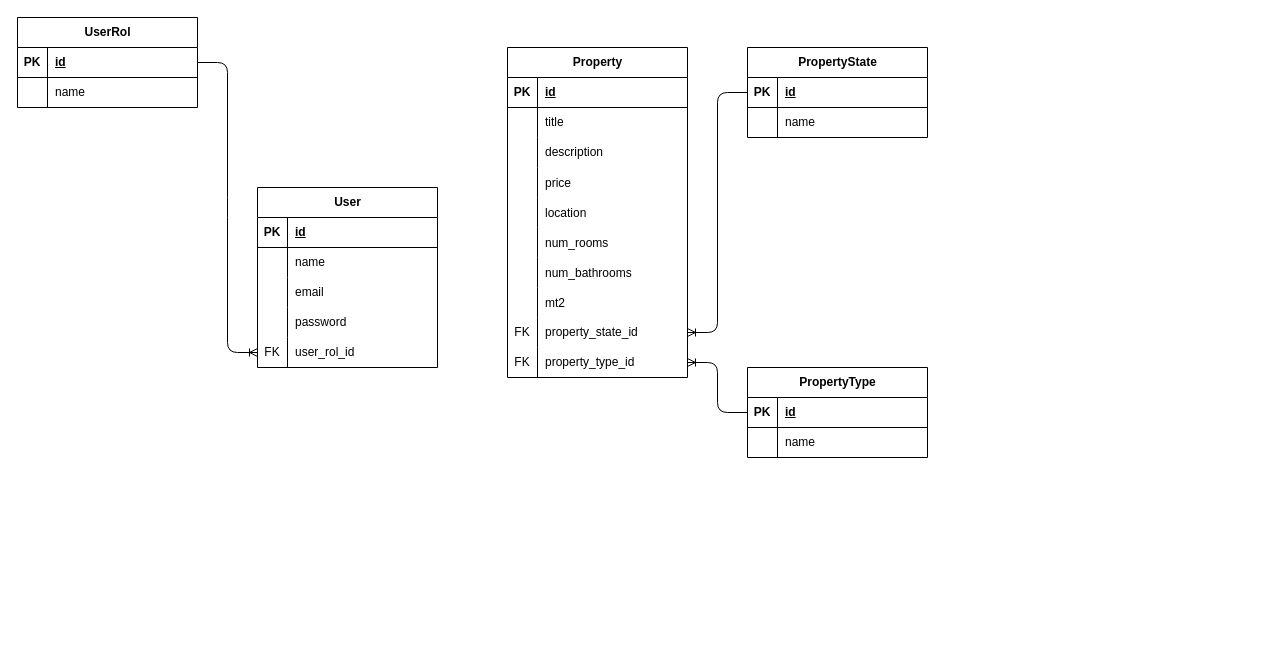
Above: docs/db_model.drawio in cesarom18/real-estate (draw.io), before the change. Source tidied: cells renumbered, new cells numbered last; positions are measured from the earlier drawing's top-left corner, leaving out a move shared by most shapes. Both pictures are drawn from the tidied source at 100%, with x=0, y=0 at pixel (17, 17).
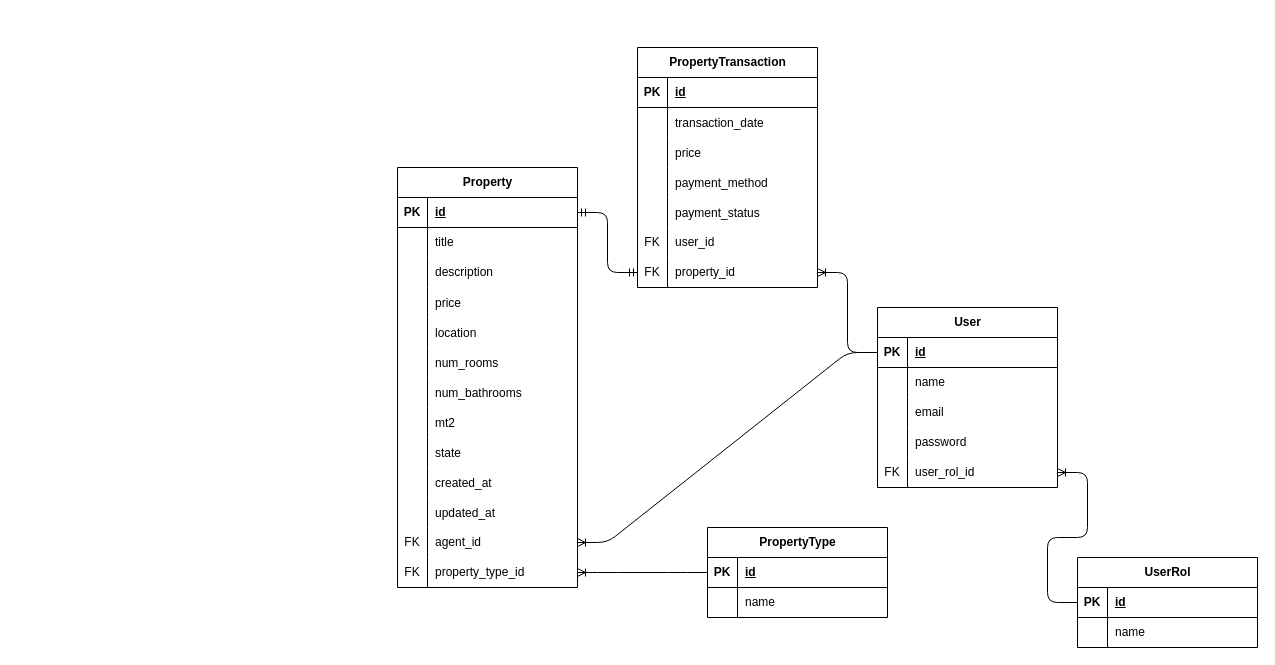
After the change.

Commit message:
Actualizacion modelo db

Unchanged cells that the change refers to:
```xml
<mxCell id="3" style="shape=tableRow;horizontal=0;startSize=0;swimlaneHead=0;swimlaneBody=0;fillColor=none;points=[[0,0.5],[1,0.5]];portConstraint=eastwest;top=0;left=0;right=0;bottom=1;" parent="2" vertex="1">
  <mxGeometry y="30" width="180" height="30" as="geometry" />
</mxCell>
<mxCell id="27" style="shape=tableRow;horizontal=0;startSize=0;swimlaneHead=0;swimlaneBody=0;fillColor=none;points=[[0,0.5],[1,0.5]];portConstraint=eastwest;top=0;left=0;right=0;bottom=0;" parent="2" vertex="1">
  <mxGeometry y="270" width="180" height="30" as="geometry" />
</mxCell>
<mxCell id="34" style="shape=tableRow;horizontal=0;startSize=0;swimlaneHead=0;swimlaneBody=0;fillColor=none;points=[[0,0.5],[1,0.5]];portConstraint=eastwest;top=0;left=0;right=0;bottom=1;" parent="33" vertex="1">
  <mxGeometry y="30" width="180" height="30" as="geometry" />
</mxCell>
<mxCell id="46" style="shape=tableRow;horizontal=0;startSize=0;swimlaneHead=0;swimlaneBody=0;fillColor=none;points=[[0,0.5],[1,0.5]];portConstraint=eastwest;top=0;left=0;right=0;bottom=0;" parent="33" vertex="1">
  <mxGeometry y="150" width="180" height="30" as="geometry" />
</mxCell>
<mxCell id="66" style="shape=tableRow;horizontal=0;startSize=0;swimlaneHead=0;swimlaneBody=0;fillColor=none;points=[[0,0.5],[1,0.5]];portConstraint=eastwest;top=0;left=0;right=0;bottom=1;" parent="65" vertex="1">
  <mxGeometry y="30" width="180" height="30" as="geometry" />
</mxCell>
```

Diff of the diagram source:
```diff
@@
     <mxCell id="2" value="Property" style="shape=table;startSize=30;childLayout=tableLayout;rowLines=0;fontStyle=1;align=center;html=1;" parent="1" vertex="1">
-      <mxGeometry x="490" y="30" width="180" height="330" as="geometry" />
+      <mxGeometry x="380" y="150" width="180" height="420" as="geometry" />
     </mxCell>
@@
-    <mxCell id="28" value="FK" style="shape=partialRectangle;fillColor=none;top=0;left=0;bottom=0;right=0;fontStyle=0;overflow=hidden;whiteSpace=wrap;html=1;" parent="27" vertex="1">
-      <mxGeometry width="30" height="30" as="geometry" />
-    </mxCell>
-    <mxCell id="29" value="property_state_id" style="shape=partialRectangle;fillColor=none;top=0;left=0;bottom=0;right=0;align=left;spacingLeft=6;fontStyle=0;overflow=hidden;whiteSpace=wrap;html=1;" parent="27" vertex="1">
-      <mxGeometry x="30" width="150" height="30" as="geometry" />
-    </mxCell>
+    <mxCell id="73" style="shape=partialRectangle;fillColor=none;top=0;left=0;bottom=0;right=0;overflow=hidden;" parent="27" vertex="1">
+      <mxGeometry width="30" height="30" as="geometry" />
+    </mxCell>
+    <mxCell id="74" value="state" style="shape=partialRectangle;fillColor=none;top=0;left=0;bottom=0;right=0;align=left;spacingLeft=6;overflow=hidden;" parent="27" vertex="1">
+      <mxGeometry x="30" width="150" height="30" as="geometry" />
+    </mxCell>
+    <mxCell id="75" style="shape=tableRow;horizontal=0;startSize=0;swimlaneHead=0;swimlaneBody=0;fillColor=none;top=0;left=0;right=0;bottom=0;" parent="2" vertex="1">
+      <mxGeometry y="300" width="180" height="30" as="geometry" />
+    </mxCell>
+    <mxCell id="76" style="shape=partialRectangle;fillColor=none;top=0;left=0;bottom=0;right=0;overflow=hidden;" parent="75" vertex="1">
+      <mxGeometry width="30" height="30" as="geometry" />
+    </mxCell>
+    <mxCell id="77" value="created_at" style="shape=partialRectangle;fillColor=none;top=0;left=0;bottom=0;right=0;align=left;spacingLeft=6;overflow=hidden;" parent="75" vertex="1">
+      <mxGeometry x="30" width="150" height="30" as="geometry" />
+    </mxCell>
+    <mxCell id="78" style="shape=tableRow;horizontal=0;startSize=0;swimlaneHead=0;swimlaneBody=0;fillColor=none;top=0;left=0;right=0;bottom=0;" parent="2" vertex="1">
+      <mxGeometry y="330" width="180" height="30" as="geometry" />
+    </mxCell>
+    <mxCell id="79" style="shape=partialRectangle;fillColor=none;top=0;left=0;bottom=0;right=0;overflow=hidden;" parent="78" vertex="1">
+      <mxGeometry width="30" height="30" as="geometry" />
+    </mxCell>
+    <mxCell id="80" value="updated_at" style="shape=partialRectangle;fillColor=none;top=0;left=0;bottom=0;right=0;align=left;spacingLeft=6;overflow=hidden;" parent="78" vertex="1">
+      <mxGeometry x="30" width="150" height="30" as="geometry" />
+    </mxCell>
+    <mxCell id="81" style="shape=tableRow;horizontal=0;startSize=0;swimlaneHead=0;swimlaneBody=0;fillColor=none;points=[[0,0.5],[1,0.5]];portConstraint=eastwest;top=0;left=0;right=0;bottom=0;" parent="2" vertex="1">
+      <mxGeometry y="360" width="180" height="30" as="geometry" />
+    </mxCell>
+    <mxCell id="82" value="FK" style="shape=partialRectangle;fillColor=none;top=0;left=0;bottom=0;right=0;fontStyle=0;overflow=hidden;whiteSpace=wrap;html=1;" parent="81" vertex="1">
+      <mxGeometry width="30" height="30" as="geometry" />
+    </mxCell>
+    <mxCell id="83" value="agent_id" style="shape=partialRectangle;fillColor=none;top=0;left=0;bottom=0;right=0;align=left;spacingLeft=6;fontStyle=0;overflow=hidden;whiteSpace=wrap;html=1;" parent="81" vertex="1">
+      <mxGeometry x="30" width="150" height="30" as="geometry" />
+    </mxCell>
     <mxCell id="30" style="shape=tableRow;horizontal=0;startSize=0;swimlaneHead=0;swimlaneBody=0;fillColor=none;points=[[0,0.5],[1,0.5]];portConstraint=eastwest;top=0;left=0;right=0;bottom=0;" parent="2" vertex="1">
-      <mxGeometry y="300" width="180" height="30" as="geometry" />
+      <mxGeometry y="390" width="180" height="30" as="geometry" />
     </mxCell>
@@
     <mxCell id="33" value="User" style="shape=table;startSize=30;childLayout=tableLayout;rowLines=0;fontStyle=1;align=center;html=1;" parent="1" vertex="1">
-      <mxGeometry x="240" y="170" width="180" height="180" as="geometry" />
+      <mxGeometry x="860" y="290" width="180" height="180" as="geometry" />
     </mxCell>
@@
     <mxCell id="49" value="PropertyType" style="shape=table;startSize=30;childLayout=tableLayout;rowLines=0;fontStyle=1;align=center;html=1;" parent="1" vertex="1">
-      <mxGeometry x="730" y="350" width="180" height="90" as="geometry" />
+      <mxGeometry x="690" y="510" width="180" height="90" as="geometry" />
     </mxCell>
@@
-    <mxCell id="56" value="PropertyState" style="shape=table;startSize=30;childLayout=tableLayout;rowLines=0;fontStyle=1;align=center;html=1;" parent="1" vertex="1">
-      <mxGeometry x="730" y="30" width="180" height="90" as="geometry" />
-    </mxCell>
-    <mxCell id="57" style="shape=tableRow;horizontal=0;startSize=0;swimlaneHead=0;swimlaneBody=0;fillColor=none;points=[[0,0.5],[1,0.5]];portConstraint=eastwest;top=0;left=0;right=0;bottom=1;" parent="56" vertex="1">
-      <mxGeometry y="30" width="180" height="30" as="geometry" />
-    </mxCell>
-    <mxCell id="58" value="PK" style="shape=partialRectangle;fillColor=none;top=0;left=0;bottom=0;right=0;fontStyle=1;overflow=hidden;whiteSpace=wrap;html=1;" parent="57" vertex="1">
-      <mxGeometry width="30" height="30" as="geometry" />
-    </mxCell>
-    <mxCell id="59" value="id" style="shape=partialRectangle;fillColor=none;top=0;left=0;bottom=0;right=0;align=left;spacingLeft=6;fontStyle=5;overflow=hidden;whiteSpace=wrap;html=1;" parent="57" vertex="1">
-      <mxGeometry x="30" width="150" height="30" as="geometry" />
-    </mxCell>
-    <mxCell id="60" style="shape=tableRow;horizontal=0;startSize=0;swimlaneHead=0;swimlaneBody=0;fillColor=none;top=0;left=0;right=0;bottom=0;" parent="56" vertex="1">
-      <mxGeometry y="60" width="180" height="30" as="geometry" />
-    </mxCell>
-    <mxCell id="61" style="shape=partialRectangle;fillColor=none;top=0;left=0;bottom=0;right=0;overflow=hidden;whiteSpace=wrap;html=1;" parent="60" vertex="1">
-      <mxGeometry width="30" height="30" as="geometry" />
-    </mxCell>
-    <mxCell id="62" value="name" style="shape=partialRectangle;fillColor=none;top=0;left=0;bottom=0;right=0;align=left;spacingLeft=6;overflow=hidden;whiteSpace=wrap;html=1;" parent="60" vertex="1">
-      <mxGeometry x="30" width="150" height="30" as="geometry" />
-    </mxCell>
@@
-    <mxCell id="64" style="edgeStyle=entityRelationEdgeStyle;fontSize=12;html=1;endArrow=ERoneToMany;exitX=0;exitY=0.5;exitDx=0;exitDy=0;entryX=1;entryY=0.5;entryDx=0;entryDy=0;" parent="1" edge="1" source="57" target="27">
-      <mxGeometry relative="1" as="geometry" />
-    </mxCell>
     <mxCell id="65" value="UserRol" style="shape=table;startSize=30;childLayout=tableLayout;rowLines=0;fontStyle=1;align=center;html=1;" parent="1" vertex="1">
-      <mxGeometry width="180" height="90" as="geometry" />
+      <mxGeometry x="1060" y="540" width="180" height="90" as="geometry" />
     </mxCell>
@@
-    <mxCell id="72" style="edgeStyle=entityRelationEdgeStyle;fontSize=12;html=1;endArrow=ERoneToMany;exitX=1;exitY=0.5;exitDx=0;exitDy=0;entryX=0;entryY=0.5;entryDx=0;entryDy=0;" parent="1" edge="1" source="66" target="46">
+    <mxCell id="72" style="edgeStyle=entityRelationEdgeStyle;fontSize=12;html=1;endArrow=ERoneToMany;exitX=0;exitY=0.5;exitDx=0;exitDy=0;entryX=1;entryY=0.5;entryDx=0;entryDy=0;" parent="1" edge="1" source="66" target="46">
       <mxGeometry relative="1" as="geometry" />
     </mxCell>
+    <mxCell id="84" value="PropertyTransaction" style="shape=table;startSize=30;childLayout=tableLayout;rowLines=0;fontStyle=1;align=center;html=1;" parent="1" vertex="1">
+      <mxGeometry x="620" y="30" width="180" height="240" as="geometry" />
+    </mxCell>
+    <mxCell id="57" style="shape=tableRow;horizontal=0;startSize=0;swimlaneHead=0;swimlaneBody=0;fillColor=none;points=[[0,0.5],[1,0.5]];portConstraint=eastwest;top=0;left=0;right=0;bottom=1;" parent="84" vertex="1">
+      <mxGeometry y="30" width="180" height="30" as="geometry" />
+    </mxCell>
+    <mxCell id="58" value="PK" style="shape=partialRectangle;fillColor=none;top=0;left=0;bottom=0;right=0;fontStyle=1;overflow=hidden;whiteSpace=wrap;html=1;" parent="57" vertex="1">
+      <mxGeometry width="30" height="30" as="geometry" />
+    </mxCell>
+    <mxCell id="59" value="id" style="shape=partialRectangle;fillColor=none;top=0;left=0;bottom=0;right=0;align=left;spacingLeft=6;fontStyle=5;overflow=hidden;whiteSpace=wrap;html=1;" parent="57" vertex="1">
+      <mxGeometry x="30" width="150" height="30" as="geometry" />
+    </mxCell>
+    <mxCell id="60" style="shape=tableRow;horizontal=0;startSize=0;swimlaneHead=0;swimlaneBody=0;fillColor=none;top=0;left=0;right=0;bottom=0;" parent="84" vertex="1">
+      <mxGeometry y="60" width="180" height="30" as="geometry" />
+    </mxCell>
+    <mxCell id="85" style="shape=partialRectangle;fillColor=none;top=0;left=0;bottom=0;right=0;overflow=hidden;" parent="60" vertex="1">
+      <mxGeometry width="30" height="30" as="geometry" />
+    </mxCell>
+    <mxCell id="86" value="transaction_date" style="shape=partialRectangle;fillColor=none;top=0;left=0;bottom=0;right=0;align=left;spacingLeft=6;overflow=hidden;" parent="60" vertex="1">
+      <mxGeometry x="30" width="150" height="30" as="geometry" />
+    </mxCell>
+    <mxCell id="87" style="shape=tableRow;horizontal=0;startSize=0;swimlaneHead=0;swimlaneBody=0;fillColor=none;top=0;left=0;right=0;bottom=0;" parent="84" vertex="1">
+      <mxGeometry y="90" width="180" height="30" as="geometry" />
+    </mxCell>
+    <mxCell id="88" style="shape=partialRectangle;fillColor=none;top=0;left=0;bottom=0;right=0;overflow=hidden;" parent="87" vertex="1">
+      <mxGeometry width="30" height="30" as="geometry" />
+    </mxCell>
+    <mxCell id="89" value="price" style="shape=partialRectangle;fillColor=none;top=0;left=0;bottom=0;right=0;align=left;spacingLeft=6;overflow=hidden;" parent="87" vertex="1">
+      <mxGeometry x="30" width="150" height="30" as="geometry" />
+    </mxCell>
+    <mxCell id="90" style="shape=tableRow;horizontal=0;startSize=0;swimlaneHead=0;swimlaneBody=0;fillColor=none;top=0;left=0;right=0;bottom=0;" parent="84" vertex="1">
+      <mxGeometry y="120" width="180" height="30" as="geometry" />
+    </mxCell>
+    <mxCell id="91" style="shape=partialRectangle;fillColor=none;top=0;left=0;bottom=0;right=0;overflow=hidden;" parent="90" vertex="1">
+      <mxGeometry width="30" height="30" as="geometry" />
+    </mxCell>
+    <mxCell id="92" value="payment_method" style="shape=partialRectangle;fillColor=none;top=0;left=0;bottom=0;right=0;align=left;spacingLeft=6;overflow=hidden;" parent="90" vertex="1">
+      <mxGeometry x="30" width="150" height="30" as="geometry" />
+    </mxCell>
+    <mxCell id="93" style="shape=tableRow;horizontal=0;startSize=0;swimlaneHead=0;swimlaneBody=0;fillColor=none;top=0;left=0;right=0;bottom=0;" parent="84" vertex="1">
+      <mxGeometry y="150" width="180" height="30" as="geometry" />
+    </mxCell>
+    <mxCell id="94" style="shape=partialRectangle;fillColor=none;top=0;left=0;bottom=0;right=0;overflow=hidden;" parent="93" vertex="1">
+      <mxGeometry width="30" height="30" as="geometry" />
+    </mxCell>
+    <mxCell id="95" value="payment_status" style="shape=partialRectangle;fillColor=none;top=0;left=0;bottom=0;right=0;align=left;spacingLeft=6;overflow=hidden;" parent="93" vertex="1">
+      <mxGeometry x="30" width="150" height="30" as="geometry" />
+    </mxCell>
+    <mxCell id="96" style="shape=tableRow;horizontal=0;startSize=0;swimlaneHead=0;swimlaneBody=0;fillColor=none;top=0;left=0;right=0;bottom=0;" parent="84" vertex="1">
+      <mxGeometry y="180" width="180" height="30" as="geometry" />
+    </mxCell>
+    <mxCell id="97" value="FK" style="shape=partialRectangle;fillColor=none;top=0;left=0;bottom=0;right=0;fontStyle=0;overflow=hidden;whiteSpace=wrap;html=1;" parent="96" vertex="1">
+      <mxGeometry width="30" height="30" as="geometry" />
+    </mxCell>
+    <mxCell id="98" value="user_id" style="shape=partialRectangle;fillColor=none;top=0;left=0;bottom=0;right=0;align=left;spacingLeft=6;fontStyle=0;overflow=hidden;whiteSpace=wrap;html=1;" parent="96" vertex="1">
+      <mxGeometry x="30" width="150" height="30" as="geometry" />
+    </mxCell>
+    <mxCell id="99" style="shape=tableRow;horizontal=0;startSize=0;swimlaneHead=0;swimlaneBody=0;fillColor=none;points=[[0,0.5],[1,0.5]];portConstraint=eastwest;top=0;left=0;right=0;bottom=0;" parent="84" vertex="1">
+      <mxGeometry y="210" width="180" height="30" as="geometry" />
+    </mxCell>
+    <mxCell id="100" value="FK" style="shape=partialRectangle;fillColor=none;top=0;left=0;bottom=0;right=0;fontStyle=0;overflow=hidden;whiteSpace=wrap;html=1;" parent="99" vertex="1">
+      <mxGeometry width="30" height="30" as="geometry" />
+    </mxCell>
+    <mxCell id="101" value="property_id" style="shape=partialRectangle;fillColor=none;top=0;left=0;bottom=0;right=0;align=left;spacingLeft=6;fontStyle=0;overflow=hidden;whiteSpace=wrap;html=1;" parent="99" vertex="1">
+      <mxGeometry x="30" width="150" height="30" as="geometry" />
+    </mxCell>
+    <mxCell id="102" style="edgeStyle=entityRelationEdgeStyle;fontSize=12;html=1;endArrow=ERoneToMany;exitX=0;exitY=0.5;exitDx=0;exitDy=0;entryX=1;entryY=0.5;entryDx=0;entryDy=0;" parent="1" edge="1" source="34" target="81">
+      <mxGeometry relative="1" as="geometry" />
+    </mxCell>
+    <mxCell id="103" style="edgeStyle=entityRelationEdgeStyle;fontSize=12;html=1;endArrow=ERoneToMany;exitX=0;exitY=0.5;exitDx=0;exitDy=0;entryX=1;entryY=0.5;entryDx=0;entryDy=0;" parent="1" edge="1" source="34" target="99">
+      <mxGeometry relative="1" as="geometry">
+        <Array as="points">
+          <mxPoint x="250" y="260" />
+        </Array>
+      </mxGeometry>
+    </mxCell>
+    <mxCell id="104" style="edgeStyle=entityRelationEdgeStyle;fontSize=12;html=1;endArrow=ERmandOne;startArrow=ERmandOne;entryX=1;entryY=0.5;entryDx=0;entryDy=0;exitX=0;exitY=0.5;exitDx=0;exitDy=0;rounded=1;curved=0;strokeColor=default;" parent="1" edge="1" source="99" target="3">
+      <mxGeometry relative="1" as="geometry">
+        <Array as="points">
+          <mxPoint x="360" y="175" />
+          <mxPoint x="400" y="260" />
+        </Array>
+      </mxGeometry>
+    </mxCell>
```
